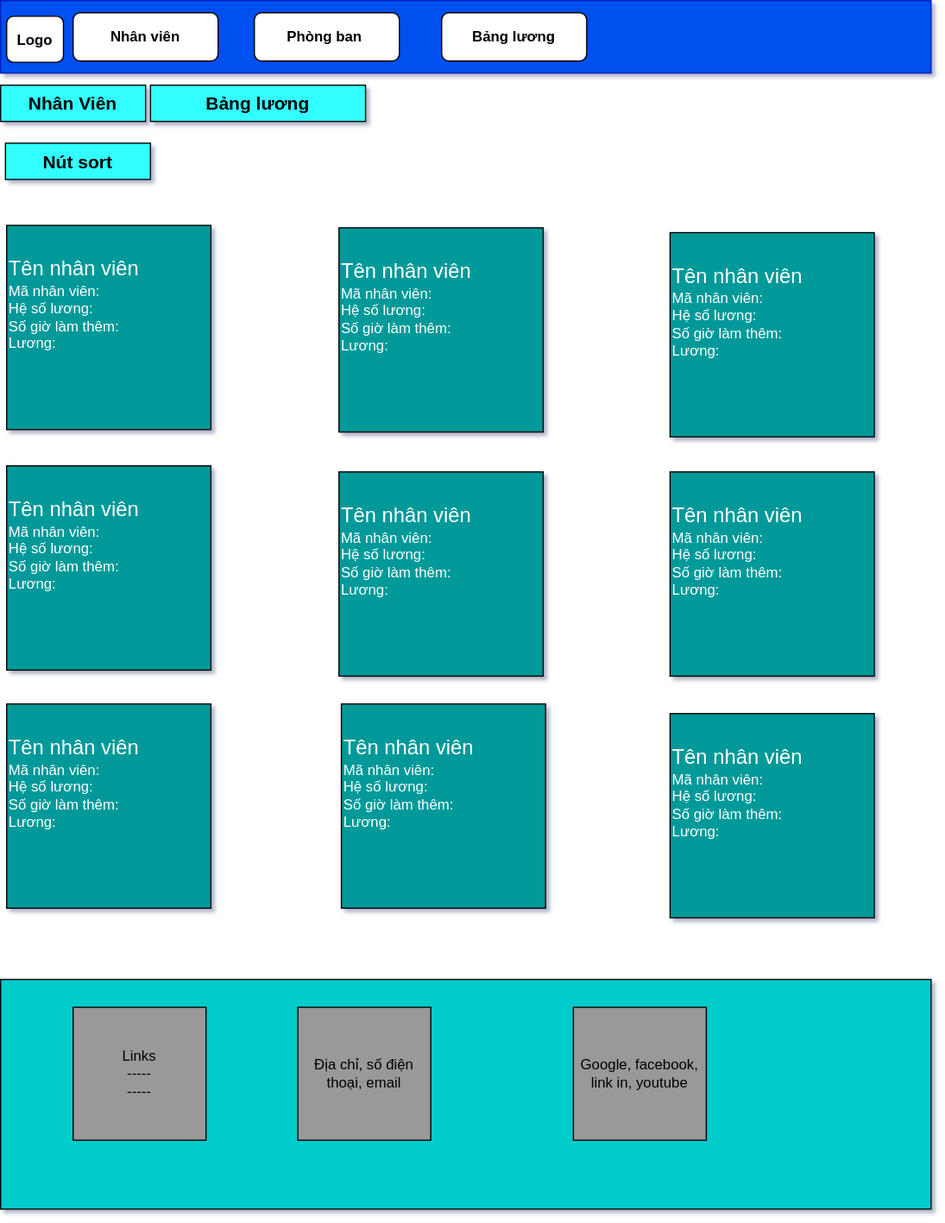
ktkthuong/Funix-React-Lab keeps this draw.io diagram as DRAWIO/staffsalary.drawio.svg. Above is the earlier version. Source tidied: cells renumbered, new cells last; positions are measured from the earlier drawing's top-left corner, leaving out a move shared by most shapes.
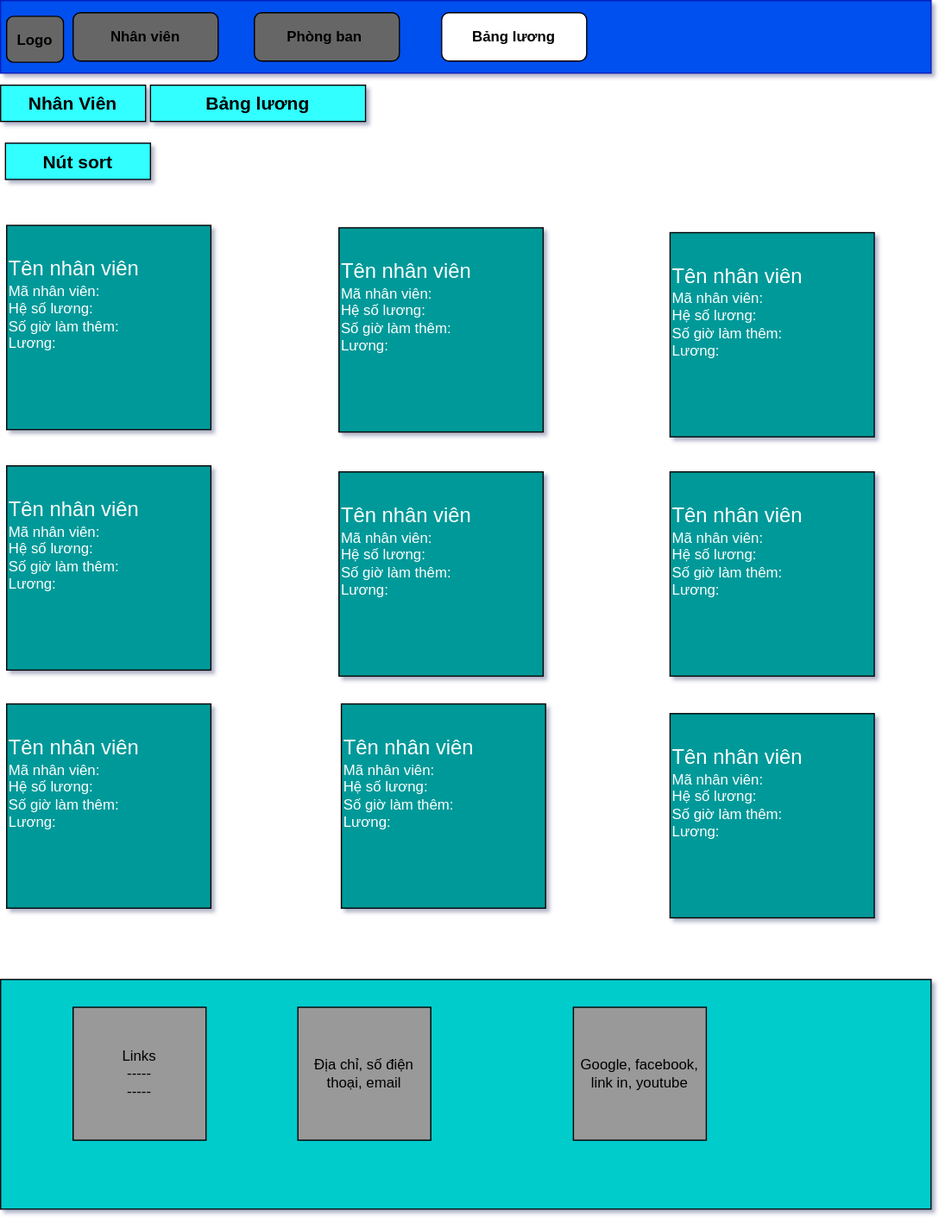
Above is the later version.

Change to the diagram source:
```diff
@@ -5,10 +5,10 @@
     <mxCell id="2" style="rounded=0;whiteSpace=wrap;html=1;fillColor=#0050ef;fontColor=#ffffff;strokeColor=#001DBC;" parent="1" vertex="1">
       <mxGeometry width="770" height="60" as="geometry" />
     </mxCell>
-    <mxCell id="3" value="Nhân viên" style="rounded=1;whiteSpace=wrap;html=1;fontStyle=1;" parent="1" vertex="1">
+    <mxCell id="3" value="Nhân viên" style="rounded=1;whiteSpace=wrap;html=1;fontStyle=1;fillColor=#666666;" parent="1" vertex="1">
       <mxGeometry x="60" y="10" width="120" height="40" as="geometry" />
     </mxCell>
-    <mxCell id="4" value="Phòng ban&lt;span style=&quot;white-space: pre&quot;&gt; &lt;/span&gt;" style="rounded=1;whiteSpace=wrap;html=1;fontStyle=1;" parent="1" vertex="1">
+    <mxCell id="4" value="Phòng ban&lt;span style=&quot;white-space: pre&quot;&gt; &lt;/span&gt;" style="rounded=1;whiteSpace=wrap;html=1;fontStyle=1;fillColor=#666666;" parent="1" vertex="1">
       <mxGeometry x="210" y="10" width="120" height="40" as="geometry" />
     </mxCell>
     <mxCell id="5" value="&lt;font color=&quot;#000000&quot;&gt;Bảng lương&lt;/font&gt;" style="rounded=1;whiteSpace=wrap;html=1;fontStyle=1;fillColor=#FFFFFF;fontColor=#FFFFFF;" parent="1" vertex="1">
@@ -62,7 +62,7 @@
     <mxCell id="21" value="Nút sort" style="rounded=0;whiteSpace=wrap;html=1;labelBackgroundColor=none;labelBorderColor=none;fontColor=#000000;fontStyle=1;fontSize=15;fillColor=#33FFFF;" parent="1" vertex="1">
       <mxGeometry x="4" y="118" width="120" height="30" as="geometry" />
     </mxCell>
-    <mxCell id="22" value="&lt;font style=&quot;font-size: 12px&quot;&gt;&lt;b&gt;Logo&lt;/b&gt;&lt;/font&gt;" style="rounded=1;whiteSpace=wrap;html=1;fontSize=17;" parent="1" vertex="1">
+    <mxCell id="22" value="&lt;font style=&quot;font-size: 12px&quot;&gt;&lt;b&gt;Logo&lt;/b&gt;&lt;/font&gt;" style="rounded=1;whiteSpace=wrap;html=1;fontSize=17;fillColor=#666666;" parent="1" vertex="1">
       <mxGeometry x="5" y="13" width="47" height="38" as="geometry" />
     </mxCell>
   </root>
```
